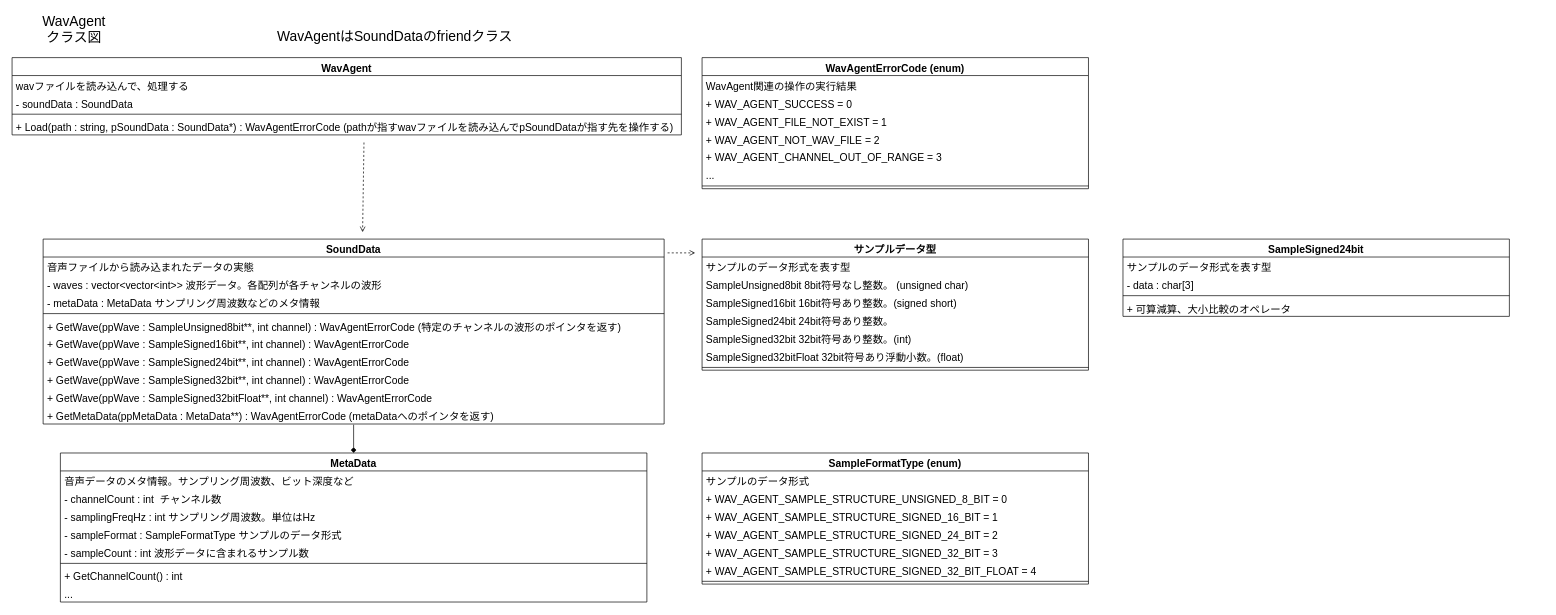
The draw.io diagram design/WavAgentClassDiagram.drawio in Dumble009/WavAgent, before the edit. Source tidied: cells renumbered, new cells numbered last; positions are measured from the earlier drawing's top-left corner, leaving out a move shared by most shapes. Both pictures are drawn from the tidied source at 69%, with x=0, y=0 at pixel (12, 18).
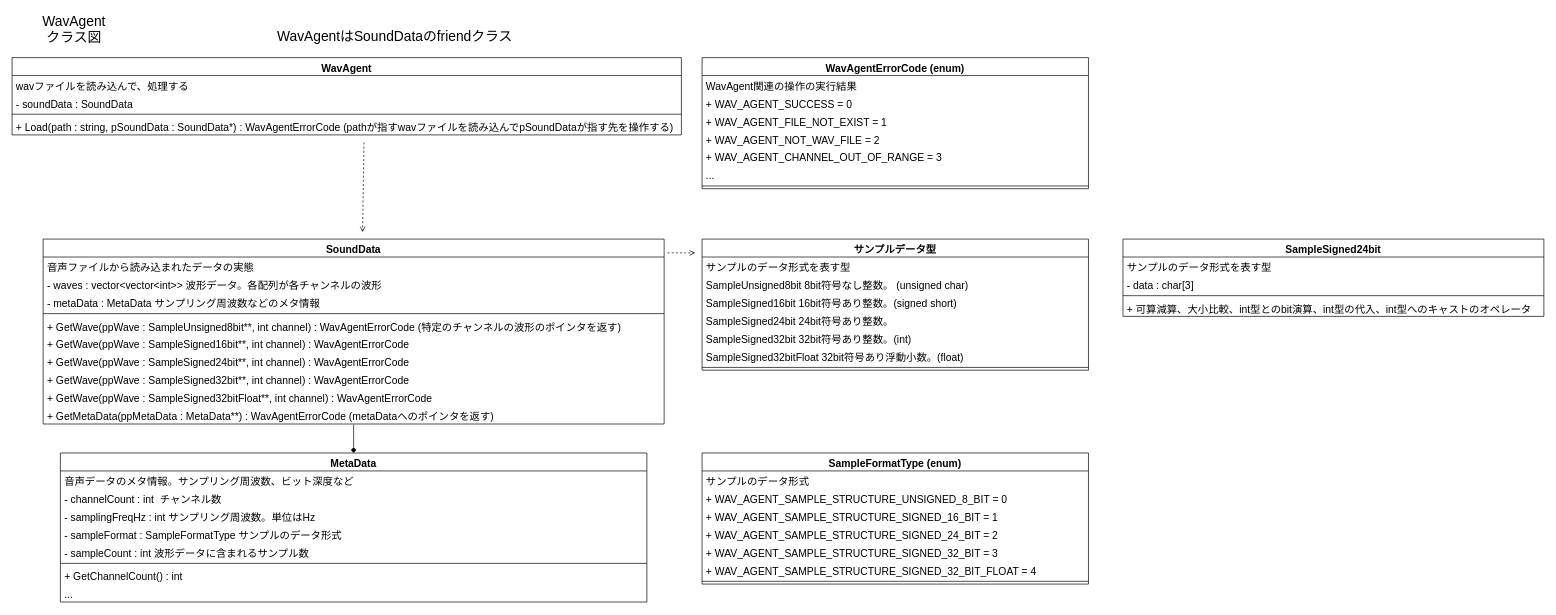
The same diagram, later.

What changed in the source:
```diff
@@
     <mxCell id="55" value="SampleSigned24bit" style="swimlane;fontStyle=1;align=center;verticalAlign=top;horizontal=1;startSize=26;fontSize=15;" parent="1" vertex="1">
-      <mxGeometry x="1610" y="320" width="560" height="112" as="geometry" />
+      <mxGeometry x="1610" y="320" width="610" height="112" as="geometry" />
     </mxCell>
     <mxCell id="56" value="サンプルのデータ形式を表す型" style="text;strokeColor=none;fillColor=none;align=left;verticalAlign=top;spacingLeft=4;spacingRight=4;overflow=hidden;fontSize=15;" parent="55" vertex="1">
-      <mxGeometry y="26" width="560" height="26" as="geometry" />
+      <mxGeometry y="26" width="610" height="26" as="geometry" />
     </mxCell>
     <mxCell id="57" value="- data : char[3]" style="text;strokeColor=none;fillColor=none;align=left;verticalAlign=top;spacingLeft=4;spacingRight=4;overflow=hidden;fontSize=15;" parent="55" vertex="1">
-      <mxGeometry y="52" width="560" height="26" as="geometry" />
+      <mxGeometry y="52" width="610" height="26" as="geometry" />
     </mxCell>
     <mxCell id="58" style="line;strokeWidth=1;fillColor=none;align=left;verticalAlign=middle;spacingTop=-1;spacingLeft=3;spacingRight=3;labelPosition=right;fontSize=15;" parent="55" vertex="1">
-      <mxGeometry y="78" width="560" height="8" as="geometry" />
+      <mxGeometry y="78" width="610" height="8" as="geometry" />
     </mxCell>
-    <mxCell id="59" value="+ 可算減算、大小比較のオペレータ" style="text;strokeColor=none;fillColor=none;align=left;verticalAlign=top;spacingLeft=4;spacingRight=4;overflow=hidden;fontSize=15;" parent="55" vertex="1">
-      <mxGeometry y="86" width="560" height="26" as="geometry" />
+    <mxCell id="59" value="+ 可算減算、大小比較、int型とのbit演算、int型の代入、int型へのキャストのオペレータ" style="text;strokeColor=none;fillColor=none;align=left;verticalAlign=top;spacingLeft=4;spacingRight=4;overflow=hidden;fontSize=15;" parent="55" vertex="1">
+      <mxGeometry y="86" width="610" height="26" as="geometry" />
     </mxCell>
```
